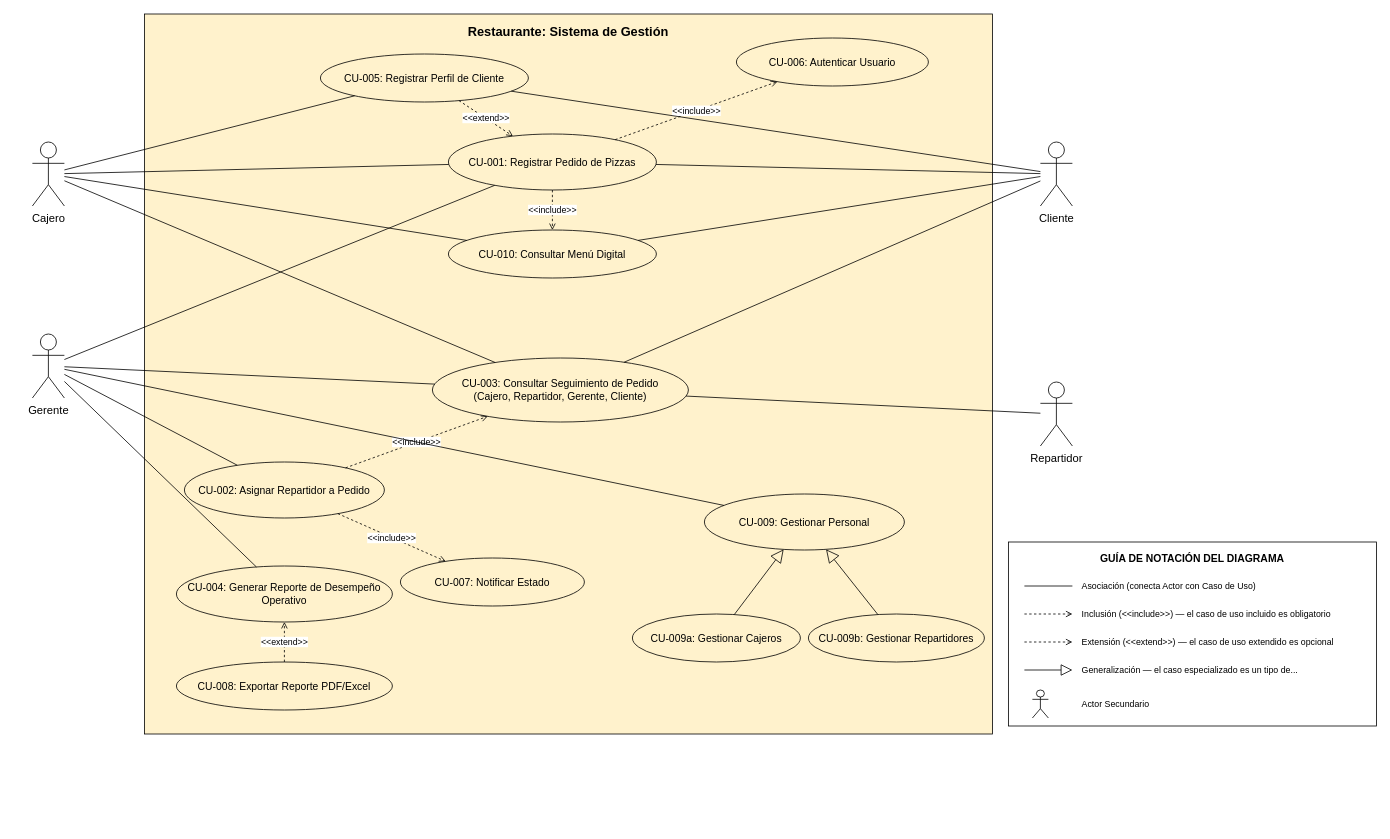
The draw.io diagram docs/Diagrama_CasosUso_YunglaPizza.drawio in garciasuarezrodrigo2005-dot/GPS-Pizza, before the edit. Source tidied: cells renumbered, new cells numbered last; positions are measured from the earlier drawing's top-left corner, leaving out a move shared by most shapes. Both pictures are drawn from the tidied source at 80%, with x=0, y=0 at pixel (32, 14).
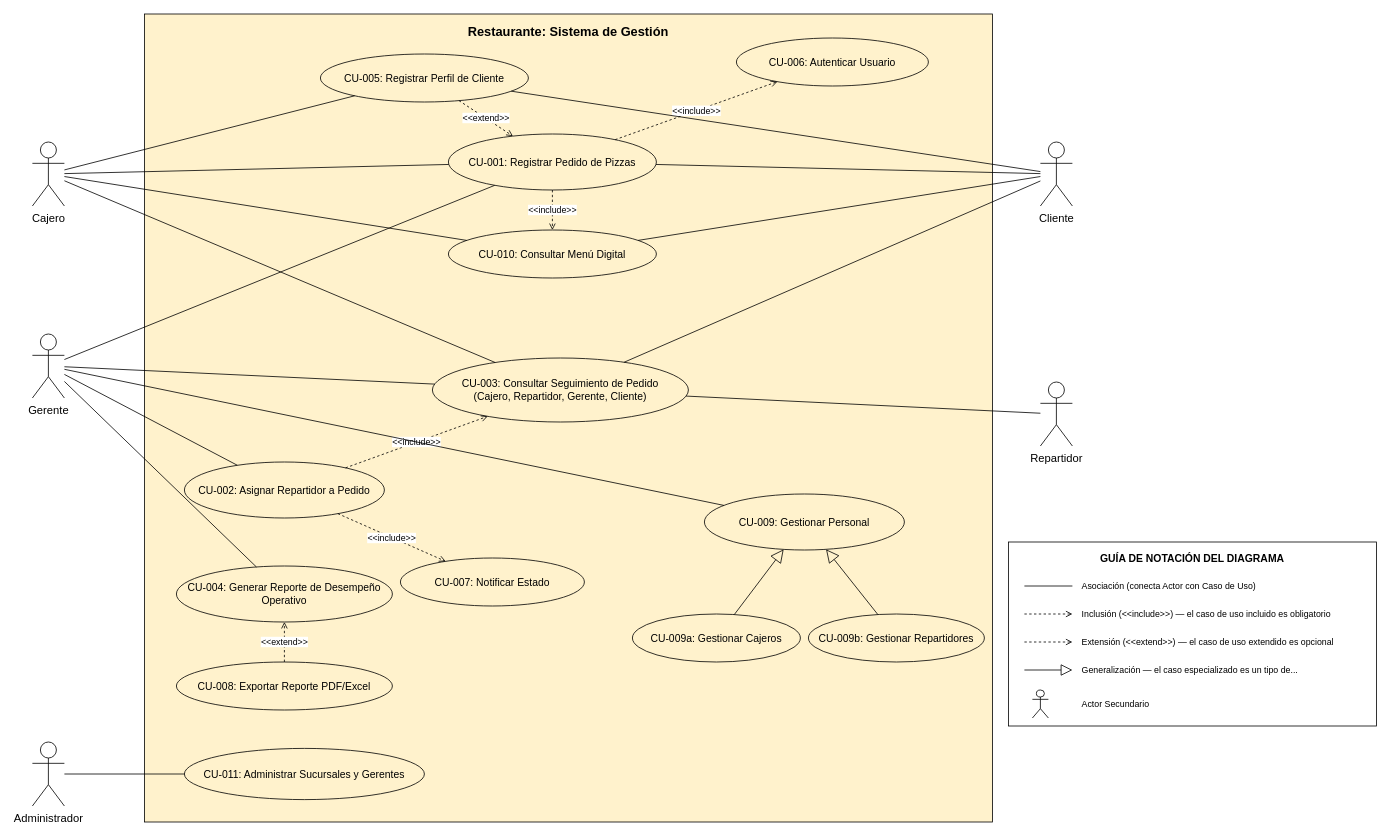
The same page after the edit.

What changed in the source:
```diff
@@
     <mxCell id="2" value="Restaurante: Sistema de Gestión" style="rounded=0;whiteSpace=wrap;html=1;verticalAlign=top;fontStyle=1;fontSize=16;fillColor=#FFF2CC;strokeColor=#000000;align=center;spacingTop=6;" parent="1" vertex="1">
-      <mxGeometry x="140" width="1060" height="900" as="geometry" />
+      <mxGeometry x="140" width="1060" height="1010" as="geometry" />
     </mxCell>
@@
+    <mxCell id="52" value="Administrador" style="shape=umlActor;verticalLabelPosition=bottom;verticalAlign=top;html=1;outlineConnect=0;fontSize=14;" parent="1" vertex="1">
+      <mxGeometry y="910" width="40" height="80" as="geometry" />
+    </mxCell>
+    <mxCell id="53" value="CU-011: Administrar Sucursales y Gerentes" style="ellipse;whiteSpace=wrap;html=1;fillColor=#FFF2CC;strokeColor=#000000;fontSize=13;" parent="1" vertex="1">
+      <mxGeometry x="190" y="918" width="300" height="64" as="geometry" />
+    </mxCell>
@@
+    <mxCell id="54" style="endArrow=none;html=1;strokeColor=#000000;" parent="1" edge="1" source="52" target="53">
+      <mxGeometry relative="1" as="geometry" />
+    </mxCell>
```
